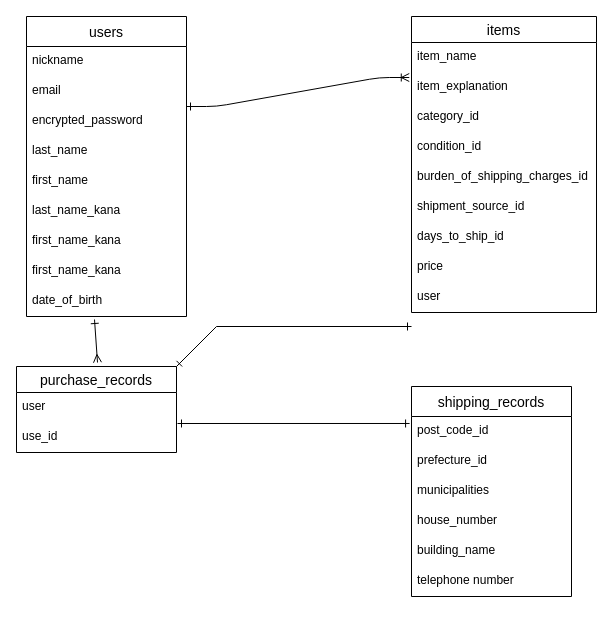
Above: furima.dio in Yukibou-jp/furima-37187 (draw.io), before the change. Source tidied: cells renumbered, new cells numbered last; positions are measured from the earlier drawing's top-left corner, leaving out a move shared by most shapes. Both pictures are drawn from the tidied source at 100%, with x=0, y=0 at pixel (16, 16).
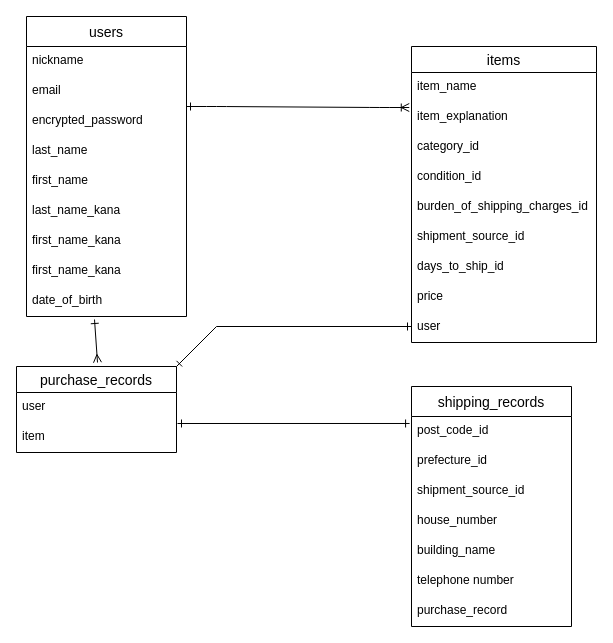
The same diagram, later.

The change refers to these unchanged cells:
```xml
<mxCell id="32" value="purchase_records" style="swimlane;fontStyle=0;horizontal=1;startSize=26;align=center;fontSize=14;" parent="1" vertex="1">
  <mxGeometry y="350" width="160" height="86" as="geometry" />
</mxCell>
```

Change to the diagram source:
```diff
@@
     <mxCell id="13" value="items" style="swimlane;fontStyle=0;horizontal=1;startSize=26;align=center;fontSize=14;" parent="1" vertex="1">
-      <mxGeometry x="395" width="185" height="296" as="geometry" />
+      <mxGeometry x="395" y="30" width="185" height="296" as="geometry" />
     </mxCell>
@@
     <mxCell id="24" value="shipping_records" style="swimlane;fontStyle=0;horizontal=1;startSize=30;align=center;fontSize=14;" parent="1" vertex="1">
-      <mxGeometry x="395" y="370" width="160" height="210" as="geometry" />
+      <mxGeometry x="395" y="370" width="160" height="240" as="geometry" />
     </mxCell>
@@
-    <mxCell id="27" value="municipalities" style="text;strokeColor=none;fillColor=none;spacingLeft=4;spacingRight=4;overflow=hidden;fontSize=12;" parent="24" vertex="1">
+    <mxCell id="27" value="shipment_source_id" style="text;strokeColor=none;fillColor=none;spacingLeft=4;spacingRight=4;overflow=hidden;fontSize=12;" parent="24" vertex="1">
       <mxGeometry y="90" width="160" height="30" as="geometry" />
     </mxCell>
@@
+    <mxCell id="36" value="purchase_record" style="text;strokeColor=none;fillColor=none;spacingLeft=4;spacingRight=4;overflow=hidden;fontSize=12;" parent="24" vertex="1">
+      <mxGeometry y="210" width="160" height="30" as="geometry" />
+    </mxCell>
@@
-    <mxCell id="34" value="use_id" style="text;strokeColor=none;fillColor=none;spacingLeft=4;spacingRight=4;overflow=hidden;fontSize=12;" parent="32" vertex="1">
+    <mxCell id="34" value="item" style="text;strokeColor=none;fillColor=none;spacingLeft=4;spacingRight=4;overflow=hidden;fontSize=12;" parent="32" vertex="1">
       <mxGeometry y="56" width="160" height="30" as="geometry" />
     </mxCell>
```
